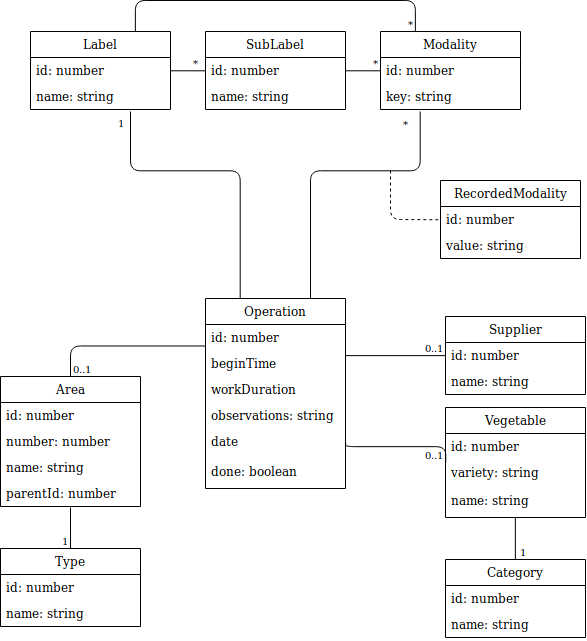
Earlier version of the draw.io export docs/database.png (LeJardinDesSaisons/BioNotes). Source tidied: cells renumbered, new cells last; positions are measured from the earlier drawing's top-left corner, leaving out a move shared by most shapes.
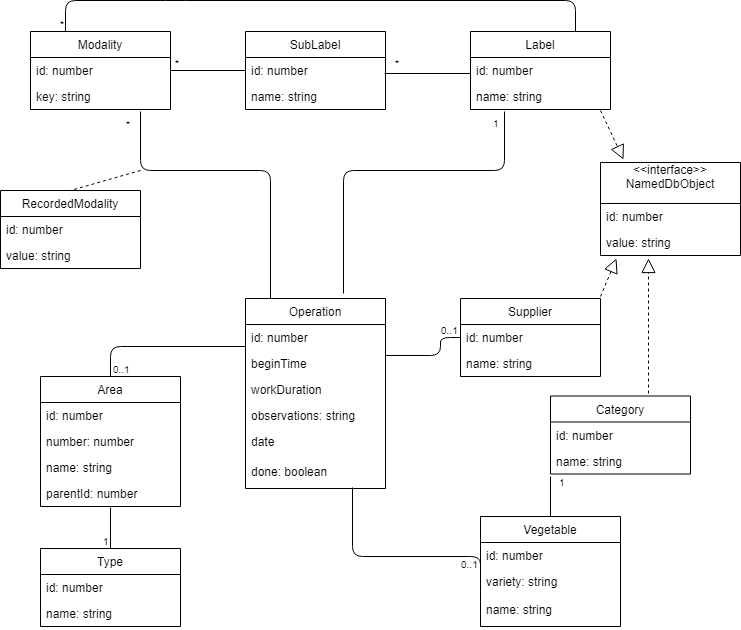
After the commit.

Diff of the diagram source:
```diff
@@ -24,7 +24,7 @@
       <mxGeometry y="160" width="140" height="30" as="geometry" />
     </mxCell>
     <mxCell id="9" value="Label" style="swimlane;fontStyle=0;horizontal=1;startSize=26;fillColor=none;" parent="1" vertex="1">
-      <mxGeometry x="30" y="31" width="140" height="78" as="geometry" />
+      <mxGeometry x="430" y="31" width="140" height="78" as="geometry" />
     </mxCell>
     <mxCell id="10" value="id: number" style="text;strokeColor=none;fillColor=none;align=left;verticalAlign=top;spacingLeft=4;spacingRight=4;overflow=hidden;points=[[0,0.5],[1,0.5]];portConstraint=eastwest;" parent="9" vertex="1">
       <mxGeometry y="26" width="140" height="26" as="geometry" />
@@ -32,11 +32,16 @@
     <mxCell id="11" value="name: string" style="text;strokeColor=none;fillColor=none;align=left;verticalAlign=top;spacingLeft=4;spacingRight=4;overflow=hidden;points=[[0,0.5],[1,0.5]];portConstraint=eastwest;" parent="9" vertex="1">
       <mxGeometry y="52" width="140" height="26" as="geometry" />
     </mxCell>
-    <mxCell id="12" style="edgeStyle=orthogonalEdgeStyle;rounded=0;jettySize=auto;html=1;exitX=0.5;exitY=1;exitDx=0;exitDy=0;entryX=0.5;entryY=0;entryDx=0;entryDy=0;endArrow=none;endFill=0;" parent="1" edge="1" source="13" target="36">
-      <mxGeometry relative="1" as="geometry" />
+    <mxCell id="12" style="edgeStyle=orthogonalEdgeStyle;rounded=0;jettySize=auto;html=1;exitX=0.5;exitY=0;exitDx=0;exitDy=0;endArrow=none;endFill=0;" parent="1" edge="1" source="13">
+      <mxGeometry relative="1" as="geometry">
+        <mxPoint x="510" y="476" as="targetPoint" />
+        <Array as="points">
+          <mxPoint x="510" y="476" />
+        </Array>
+      </mxGeometry>
     </mxCell>
     <mxCell id="13" value="Vegetable" style="swimlane;fontStyle=0;horizontal=1;startSize=26;fillColor=none;" parent="1" vertex="1">
-      <mxGeometry x="445" y="407" width="140" height="110" as="geometry" />
+      <mxGeometry x="440" y="516" width="140" height="110" as="geometry" />
     </mxCell>
     <mxCell id="14" value="id: number" style="text;strokeColor=none;fillColor=none;align=left;verticalAlign=top;spacingLeft=4;spacingRight=4;overflow=hidden;" parent="13" vertex="1">
       <mxGeometry y="26" width="140" height="26" as="geometry" />
@@ -68,14 +73,11 @@
     <mxCell id="23" value="0..1" style="html=1;align=left;verticalAlign=bottom;labelBackgroundColor=#ffffff;fontSize=10;" parent="22" vertex="1">
       <mxGeometry x="-1" relative="1" as="geometry" />
     </mxCell>
-    <mxCell id="24" style="endArrow=none;html=1;edgeStyle=orthogonalEdgeStyle;" parent="1" edge="1">
+    <mxCell id="24" style="endArrow=none;html=1;edgeStyle=orthogonalEdgeStyle;exitX=0.699;exitY=-0.027;exitDx=0;exitDy=0;exitPerimeter=0;entryX=0.245;entryY=1.088;entryDx=0;entryDy=0;entryPerimeter=0;" parent="1" edge="1" source="2" target="11">
       <mxGeometry relative="1" as="geometry">
-        <mxPoint x="240" y="298" as="sourcePoint" />
-        <mxPoint x="130" y="111" as="targetPoint" />
         <Array as="points">
-          <mxPoint x="240" y="170" />
-          <mxPoint x="130" y="170" />
-          <mxPoint x="130" y="111" />
+          <mxPoint x="303" y="170" />
+          <mxPoint x="464" y="170" />
         </Array>
       </mxGeometry>
     </mxCell>
@@ -87,10 +89,10 @@
         <mxPoint x="-4" y="19" as="offset" />
       </mxGeometry>
     </mxCell>
-    <mxCell id="27" style="endArrow=none;html=1;edgeStyle=orthogonalEdgeStyle;entryX=0;entryY=0.5;entryDx=0;entryDy=0;exitX=1;exitY=0.5;exitDx=0;exitDy=0;" parent="1" edge="1" source="7" target="13">
+    <mxCell id="27" style="endArrow=none;html=1;edgeStyle=orthogonalEdgeStyle;entryX=0;entryY=0.5;entryDx=0;entryDy=0;exitX=0.761;exitY=0.981;exitDx=0;exitDy=0;exitPerimeter=0;" parent="1" edge="1" source="8" target="13">
       <mxGeometry relative="1" as="geometry">
         <Array as="points">
-          <mxPoint x="345" y="446" />
+          <mxPoint x="312" y="556" />
         </Array>
       </mxGeometry>
     </mxCell>
@@ -101,7 +103,7 @@
       <mxGeometry x="1" relative="1" as="geometry" />
     </mxCell>
     <mxCell id="30" value="Supplier" style="swimlane;fontStyle=0;horizontal=1;startSize=26;fillColor=none;" parent="1" vertex="1">
-      <mxGeometry x="445" y="316" width="140" height="78" as="geometry" />
+      <mxGeometry x="420" y="298" width="140" height="78" as="geometry" />
     </mxCell>
     <mxCell id="31" value="id: number" style="text;strokeColor=none;fillColor=none;align=left;verticalAlign=top;spacingLeft=4;spacingRight=4;overflow=hidden;points=[[0,0.5],[1,0.5]];portConstraint=eastwest;" parent="30" vertex="1">
       <mxGeometry y="26" width="140" height="26" as="geometry" />
@@ -109,13 +111,12 @@
     <mxCell id="32" value="name: string" style="text;strokeColor=none;fillColor=none;align=left;verticalAlign=top;spacingLeft=4;spacingRight=4;overflow=hidden;" parent="30" vertex="1">
       <mxGeometry y="52" width="140" height="26" as="geometry" />
     </mxCell>
-    <mxCell id="33" style="endArrow=none;html=1;edgeStyle=orthogonalEdgeStyle;" parent="1" edge="1">
+    <mxCell id="33" style="endArrow=none;html=1;edgeStyle=orthogonalEdgeStyle;entryX=0;entryY=0.5;entryDx=0;entryDy=0;" parent="1" edge="1" target="31">
       <mxGeometry relative="1" as="geometry">
         <mxPoint x="345" y="355" as="sourcePoint" />
-        <mxPoint x="445" y="355" as="targetPoint" />
         <Array as="points">
-          <mxPoint x="345" y="355" />
-          <mxPoint x="445" y="355" />
+          <mxPoint x="400" y="355" />
+          <mxPoint x="400" y="337" />
         </Array>
       </mxGeometry>
     </mxCell>
@@ -126,7 +127,7 @@
       <mxGeometry x="1" relative="1" as="geometry" />
     </mxCell>
     <mxCell id="36" value="Category" style="swimlane;fontStyle=0;horizontal=1;startSize=26;fillColor=none;" parent="1" vertex="1">
-      <mxGeometry x="445" y="559" width="140" height="78" as="geometry" />
+      <mxGeometry x="510" y="395.5" width="140" height="78" as="geometry" />
     </mxCell>
     <mxCell id="37" value="id: number" style="text;strokeColor=none;fillColor=none;align=left;verticalAlign=top;spacingLeft=4;spacingRight=4;overflow=hidden;" parent="36" vertex="1">
       <mxGeometry y="26" width="140" height="26" as="geometry" />
@@ -161,7 +162,7 @@
       <mxGeometry y="52" width="140" height="26" as="geometry" />
     </mxCell>
     <mxCell id="47" value="Modality" style="swimlane;fontStyle=0;horizontal=1;startSize=26;fillColor=none;" parent="1" vertex="1">
-      <mxGeometry x="380" y="31" width="140" height="78" as="geometry" />
+      <mxGeometry x="-10" y="31" width="140" height="78" as="geometry" />
     </mxCell>
     <mxCell id="48" value="id: number" style="text;strokeColor=none;fillColor=none;align=left;verticalAlign=top;spacingLeft=4;spacingRight=4;overflow=hidden;points=[[0,0.5],[1,0.5]];portConstraint=eastwest;" parent="47" vertex="1">
       <mxGeometry y="26" width="140" height="26" as="geometry" />
@@ -169,15 +170,21 @@
     <mxCell id="49" value="key: string" style="text;strokeColor=none;fillColor=none;align=left;verticalAlign=top;spacingLeft=4;spacingRight=4;overflow=hidden;" parent="47" vertex="1">
       <mxGeometry y="52" width="140" height="26" as="geometry" />
     </mxCell>
-    <mxCell id="50" style="endArrow=none;html=1;edgeStyle=orthogonalEdgeStyle;exitX=1;exitY=0.5;exitDx=0;exitDy=0;entryX=0;entryY=0.5;entryDx=0;entryDy=0;" parent="1" edge="1" source="10" target="45">
-      <mxGeometry relative="1" as="geometry" />
+    <mxCell id="50" style="endArrow=none;html=1;edgeStyle=orthogonalEdgeStyle;" parent="1" edge="1">
+      <mxGeometry relative="1" as="geometry">
+        <mxPoint x="430" y="73" as="sourcePoint" />
+        <mxPoint x="344" y="73" as="targetPoint" />
+        <Array as="points">
+          <mxPoint x="344" y="73" />
+        </Array>
+      </mxGeometry>
     </mxCell>
     <mxCell id="51" style="html=1;align=left;verticalAlign=bottom;labelBackgroundColor=#ffffff;fontSize=10;" parent="50" vertex="1">
       <mxGeometry x="-1" relative="1" as="geometry" />
     </mxCell>
     <mxCell id="52" value="*" style="html=1;align=right;verticalAlign=bottom;labelBackgroundColor=#ffffff;fontSize=10;" parent="50" vertex="1">
       <mxGeometry x="1" relative="1" as="geometry">
-        <mxPoint x="-5" as="offset" />
+        <mxPoint x="16" y="-3" as="offset" />
       </mxGeometry>
     </mxCell>
     <mxCell id="53" style="endArrow=none;html=1;edgeStyle=orthogonalEdgeStyle;exitX=0.75;exitY=0;exitDx=0;exitDy=0;entryX=0.25;entryY=0;entryDx=0;entryDy=0;" parent="1" edge="1" source="9" target="47">
@@ -194,19 +201,22 @@
     <mxCell id="55" value="*" style="html=1;align=right;verticalAlign=bottom;labelBackgroundColor=#ffffff;fontSize=10;" parent="53" vertex="1">
       <mxGeometry x="1" relative="1" as="geometry" />
     </mxCell>
-    <mxCell id="56" style="endArrow=none;html=1;edgeStyle=orthogonalEdgeStyle;exitX=1;exitY=0.5;exitDx=0;exitDy=0;entryX=0;entryY=0.5;entryDx=0;entryDy=0;" parent="1" edge="1" source="45" target="48">
+    <mxCell id="56" style="endArrow=none;html=1;edgeStyle=orthogonalEdgeStyle;exitX=0;exitY=0.5;exitDx=0;exitDy=0;entryX=1;entryY=0.5;entryDx=0;entryDy=0;" parent="1" edge="1" source="45" target="48">
       <mxGeometry relative="1" as="geometry" />
     </mxCell>
     <mxCell id="57" value="*" style="html=1;align=right;verticalAlign=bottom;labelBackgroundColor=#ffffff;fontSize=10;" parent="56" vertex="1">
-      <mxGeometry x="1" relative="1" as="geometry" />
+      <mxGeometry x="1" relative="1" as="geometry">
+        <mxPoint x="10" as="offset" />
+      </mxGeometry>
     </mxCell>
-    <mxCell id="58" style="endArrow=none;html=1;edgeStyle=orthogonalEdgeStyle;exitX=0.75;exitY=0;exitDx=0;exitDy=0;" parent="1" edge="1" source="2">
+    <mxCell id="58" style="endArrow=none;html=1;edgeStyle=orthogonalEdgeStyle;" parent="1" edge="1">
       <mxGeometry relative="1" as="geometry">
-        <mxPoint x="420" y="111" as="targetPoint" />
+        <mxPoint x="230" y="298" as="sourcePoint" />
+        <mxPoint x="100" y="111" as="targetPoint" />
         <Array as="points">
-          <mxPoint x="310" y="170" />
-          <mxPoint x="420" y="170" />
-          <mxPoint x="420" y="111" />
+          <mxPoint x="230" y="298" />
+          <mxPoint x="230" y="170" />
+          <mxPoint x="100" y="170" />
         </Array>
       </mxGeometry>
     </mxCell>
@@ -219,7 +229,7 @@
       </mxGeometry>
     </mxCell>
     <mxCell id="61" value="RecordedModality" style="swimlane;fontStyle=0;horizontal=1;startSize=26;fillColor=none;" parent="1" vertex="1">
-      <mxGeometry x="440" y="180" width="140" height="78" as="geometry" />
+      <mxGeometry x="-40" y="190" width="140" height="78" as="geometry" />
     </mxCell>
     <mxCell id="62" value="id: number" style="text;strokeColor=none;fillColor=none;align=left;verticalAlign=top;spacingLeft=4;spacingRight=4;overflow=hidden;points=[[0,0.5],[1,0.5]];portConstraint=eastwest;" parent="61" vertex="1">
       <mxGeometry y="26" width="140" height="26" as="geometry" />
@@ -227,18 +237,33 @@
     <mxCell id="63" value="value: string" style="text;strokeColor=none;fillColor=none;align=left;verticalAlign=top;spacingLeft=4;spacingRight=4;overflow=hidden;" parent="61" vertex="1">
       <mxGeometry y="52" width="140" height="26" as="geometry" />
     </mxCell>
-    <mxCell id="64" style="endArrow=none;dashed=1;html=1;entryX=0;entryY=0.5;entryDx=0;entryDy=0;" parent="1" edge="1" target="62">
+    <mxCell id="64" style="endArrow=none;dashed=1;html=1;entryX=0.5;entryY=0;entryDx=0;entryDy=0;" parent="1" edge="1" target="61">
       <mxGeometry relative="1" as="geometry">
-        <mxPoint x="390" y="170" as="sourcePoint" />
-        <Array as="points">
-          <mxPoint x="390" y="219" />
-        </Array>
+        <mxPoint x="100" y="170" as="sourcePoint" />
       </mxGeometry>
     </mxCell>
     <mxCell id="65" value="1" style="html=1;align=right;verticalAlign=bottom;labelBackgroundColor=#ffffff;fontSize=10;" parent="1" vertex="1">
-      <mxGeometry x="530" y="538" as="geometry">
-        <mxPoint x="-2" y="21" as="offset" />
+      <mxGeometry x="530" y="493" as="geometry">
+        <mxPoint x="-4" y="-4" as="offset" />
       </mxGeometry>
     </mxCell>
+    <mxCell id="66" value="&lt;&lt;interface&gt;&gt;&#10;NamedDbObject&#10;" style="swimlane;fontStyle=0;horizontal=1;startSize=41;fillColor=none;" parent="1" vertex="1">
+      <mxGeometry x="560" y="162" width="140" height="93" as="geometry" />
+    </mxCell>
+    <mxCell id="67" value="id: number" style="text;strokeColor=none;fillColor=none;align=left;verticalAlign=top;spacingLeft=4;spacingRight=4;overflow=hidden;" parent="66" vertex="1">
+      <mxGeometry y="41" width="140" height="26" as="geometry" />
+    </mxCell>
+    <mxCell id="68" value="value: string" style="text;strokeColor=none;fillColor=none;align=left;verticalAlign=top;spacingLeft=4;spacingRight=4;overflow=hidden;points=[[0,0.5],[1,0.5]];portConstraint=eastwest;" parent="66" vertex="1">
+      <mxGeometry y="67" width="140" height="26" as="geometry" />
+    </mxCell>
+    <mxCell id="69" style="endArrow=block;dashed=1;endFill=0;endSize=12;html=1;exitX=0.925;exitY=1.021;exitDx=0;exitDy=0;entryX=0.166;entryY=-0.027;entryDx=0;entryDy=0;entryPerimeter=0;exitPerimeter=0;" parent="1" edge="1" source="11" target="66">
+      <mxGeometry relative="1" as="geometry" />
+    </mxCell>
+    <mxCell id="70" style="endArrow=block;dashed=1;endFill=0;endSize=12;html=1;exitX=0.997;exitY=-0.022;exitDx=0;exitDy=0;exitPerimeter=0;entryX=0.116;entryY=1.119;entryDx=0;entryDy=0;entryPerimeter=0;" parent="1" edge="1" source="30" target="68">
+      <mxGeometry relative="1" as="geometry" />
+    </mxCell>
+    <mxCell id="71" style="endArrow=block;dashed=1;endFill=0;endSize=12;html=1;exitX=0.702;exitY=-0.03;exitDx=0;exitDy=0;entryX=0.341;entryY=1.119;entryDx=0;entryDy=0;entryPerimeter=0;exitPerimeter=0;" parent="1" edge="1" source="36" target="68">
+      <mxGeometry relative="1" as="geometry" />
+    </mxCell>
   </root>
 </mxGraphModel>
```
